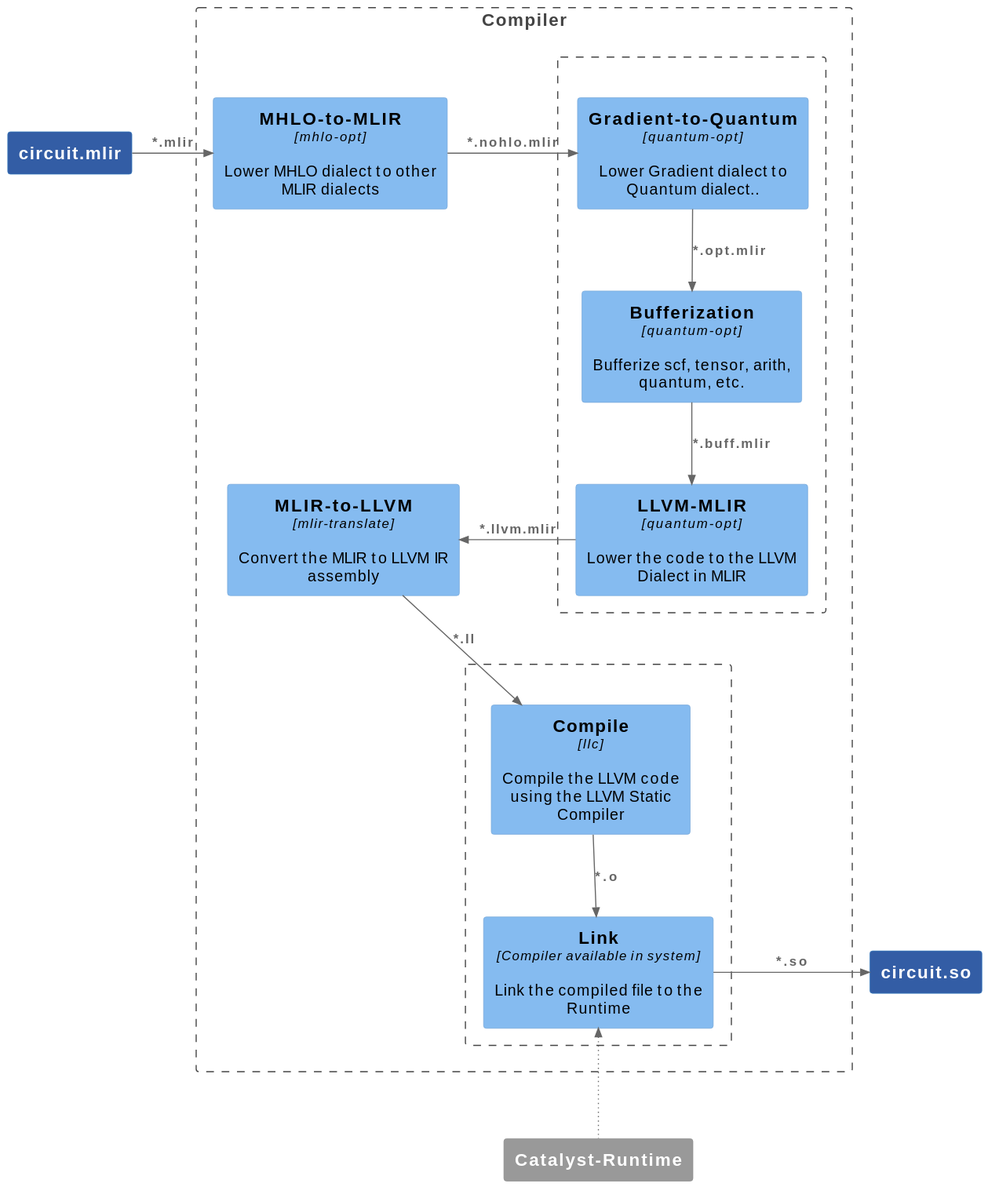
Above: doc/_static/arch/compiler.svg in PennyLaneAI/catalyst (PlantUML), before the change.
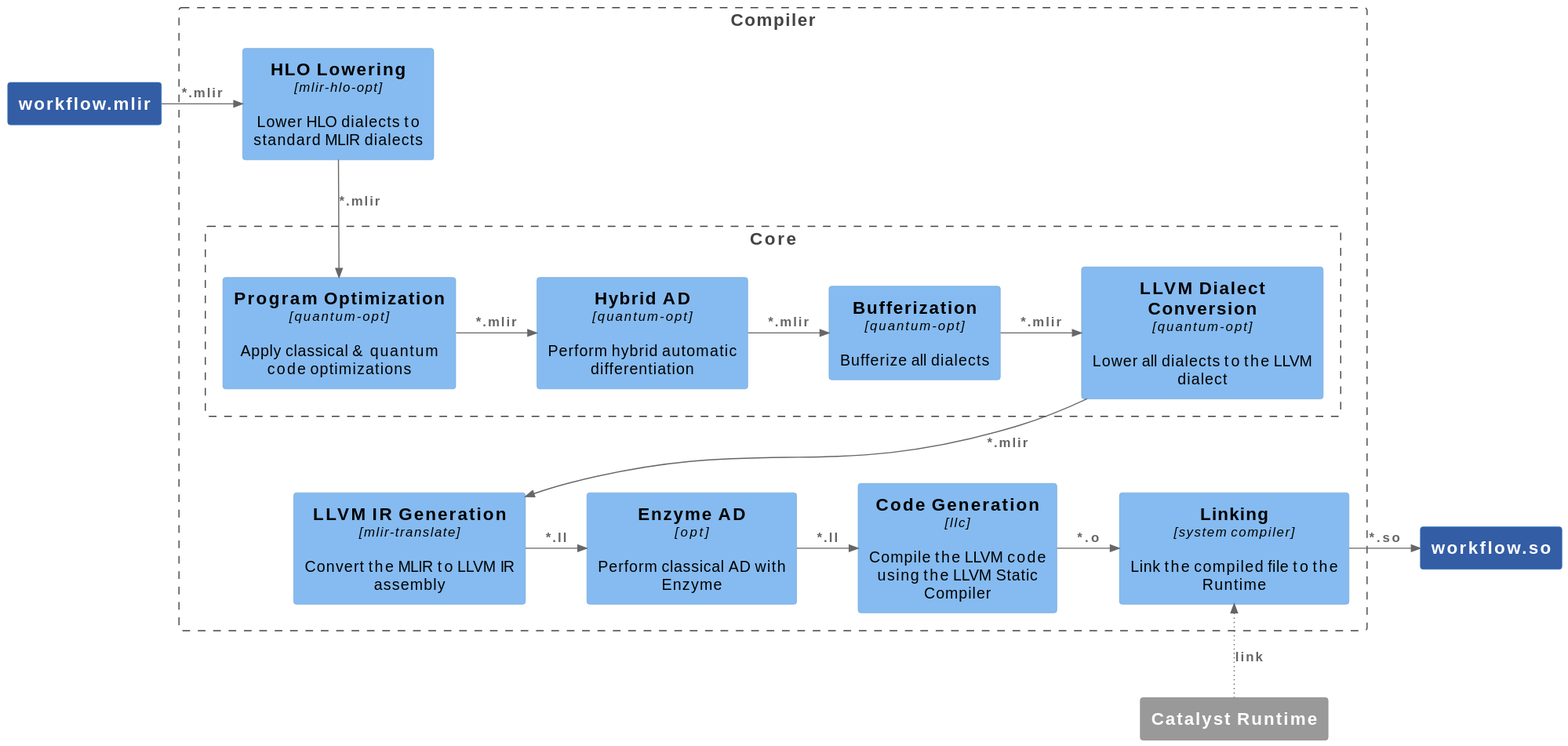
Later version of the same file.

Commit message:
Update compiler diagram

Diff of the diagram source:
```diff
@@ -5,52 +5,57 @@
 HIDE_STEREOTYPE()
 HIDE_PERSON_SPRITE()
 
-System(_mlir_sys_, "circuit.mlir", $tags="object")
+System(_mlir_sys_, "workflow.mlir", $tags="object")
 
-System(_so_sys_, "circuit.so", $tags="object")
+System(_so_sys_, "workflow.so", $tags="object")
 
 Boundary(c1, "Compiler", $link="https://github.com/plantuml-stdlib/C4-PlantUML") {
 
-  Component(_nohlo_mlir_, "MHLO-to-MLIR", "mhlo-opt", "Lower MHLO dialect to other MLIR dialects")
+  Component(_nohlo_mlir_, "HLO Lowering", "mlir-hlo-opt", "Lower HLO dialects to standard MLIR dialects")
 
-  Boundary(c2, " ", $link="https://github.com/plantuml-stdlib/C4-PlantUML") {
+  Boundary(c2, "Core", $link="https://github.com/plantuml-stdlib/C4-PlantUML") {
 
-    Component(_opt_mlir_, "Gradient-to-Quantum", "quantum-opt", "Lower Gradient dialect to Quantum dialect..")
+    Component(_opt_mlir_, "Program Optimization", "quantum-opt", "Apply classical & quantum code optimizations")
 
-    Component(_buff_mlir_, "Bufferization", "quantum-opt", "Bufferize scf, tensor, arith, quantum, etc.")
+    Component(_grad_mlir_, "Hybrid AD", "quantum-opt", "Perform hybrid automatic differentiation")
 
-    Component(_llvm_mlir_, "LLVM-MLIR", "quantum-opt", "Lower the code to the LLVM Dialect in MLIR")
+    Component(_buff_mlir_, "Bufferization", "quantum-opt", "Bufferize all dialects")
+
+    Component(_llvm_mlir_, "LLVM Dialect Conversion", "quantum-opt", "Lower all dialects to the LLVM dialect")
   }
 
-  Component(_ll_, "MLIR-to-LLVM", "mlir-translate", "Convert the MLIR to LLVM IR assembly")
+  Component(_ll_, "LLVM IR Generation", "mlir-translate", "Convert the MLIR to LLVM IR assembly")
 
+  Component(_grad_ll_, "Enzyme AD", "opt", "Perform classical AD with Enzyme")
 
-  Boundary(c3, " ", $link="https://github.com/plantuml-stdlib/C4-PlantUML") {
+  Component(_o_, "Code Generation", "llc", "Compile the LLVM code using the LLVM Static Compiler")
 
-    Component(_o_, "Compile", "llc", "Compile the LLVM code using the LLVM Static Compiler")
+  Component(_so_, "Linking", "system compiler", "Link the compiled file to the Runtime")
 
-    Component(_so_, "Link", "Compiler available in system", "Link the compiled file to the Runtime")
-  }
 }
 
-System_Ext(_catalyst_runtime_, "Catalyst-Runtime")
+System_Ext(_catalyst_runtime_, "Catalyst Runtime")
 
 
 Rel_R(_mlir_sys_, _nohlo_mlir_, "*.mlir", "")
 
-Rel_R(_nohlo_mlir_, _opt_mlir_, "*.nohlo.mlir", "")
+Rel_D(_nohlo_mlir_, _opt_mlir_, "*.mlir", "")
 
-Rel_D(_opt_mlir_, _buff_mlir_, "*.opt.mlir", "")
+Rel_R(_opt_mlir_, _grad_mlir_, "*.mlir", "")
 
-Rel_D(_buff_mlir_, _llvm_mlir_, "*.buff.mlir", "")
+Rel_R(_grad_mlir_, _buff_mlir_, "*.mlir", "")
 
-Rel_L(_llvm_mlir_, _ll_, "*.llvm.mlir", "")
+Rel_R(_buff_mlir_, _llvm_mlir_, "*.mlir", "")
 
-Rel(_ll_, _o_, "*.ll", "")
+Rel(_llvm_mlir_, _ll_, "*.mlir", "")
 
-Rel(_o_, _so_, "*.o", "")
+Rel_R(_ll_, _grad_ll_, "*.ll", "")
+
+Rel_R(_grad_ll_, _o_, "*.ll", "")
+
+Rel_R(_o_, _so_, "*.o", "")
 
 Rel_R(_so_, _so_sys_, "*.so", "")
 
-Rel_U(_catalyst_runtime_, _so_, " ", "", $tags="action")
+Rel_U(_catalyst_runtime_, _so_, "link", "", $tags="action")
 @enduml
```
